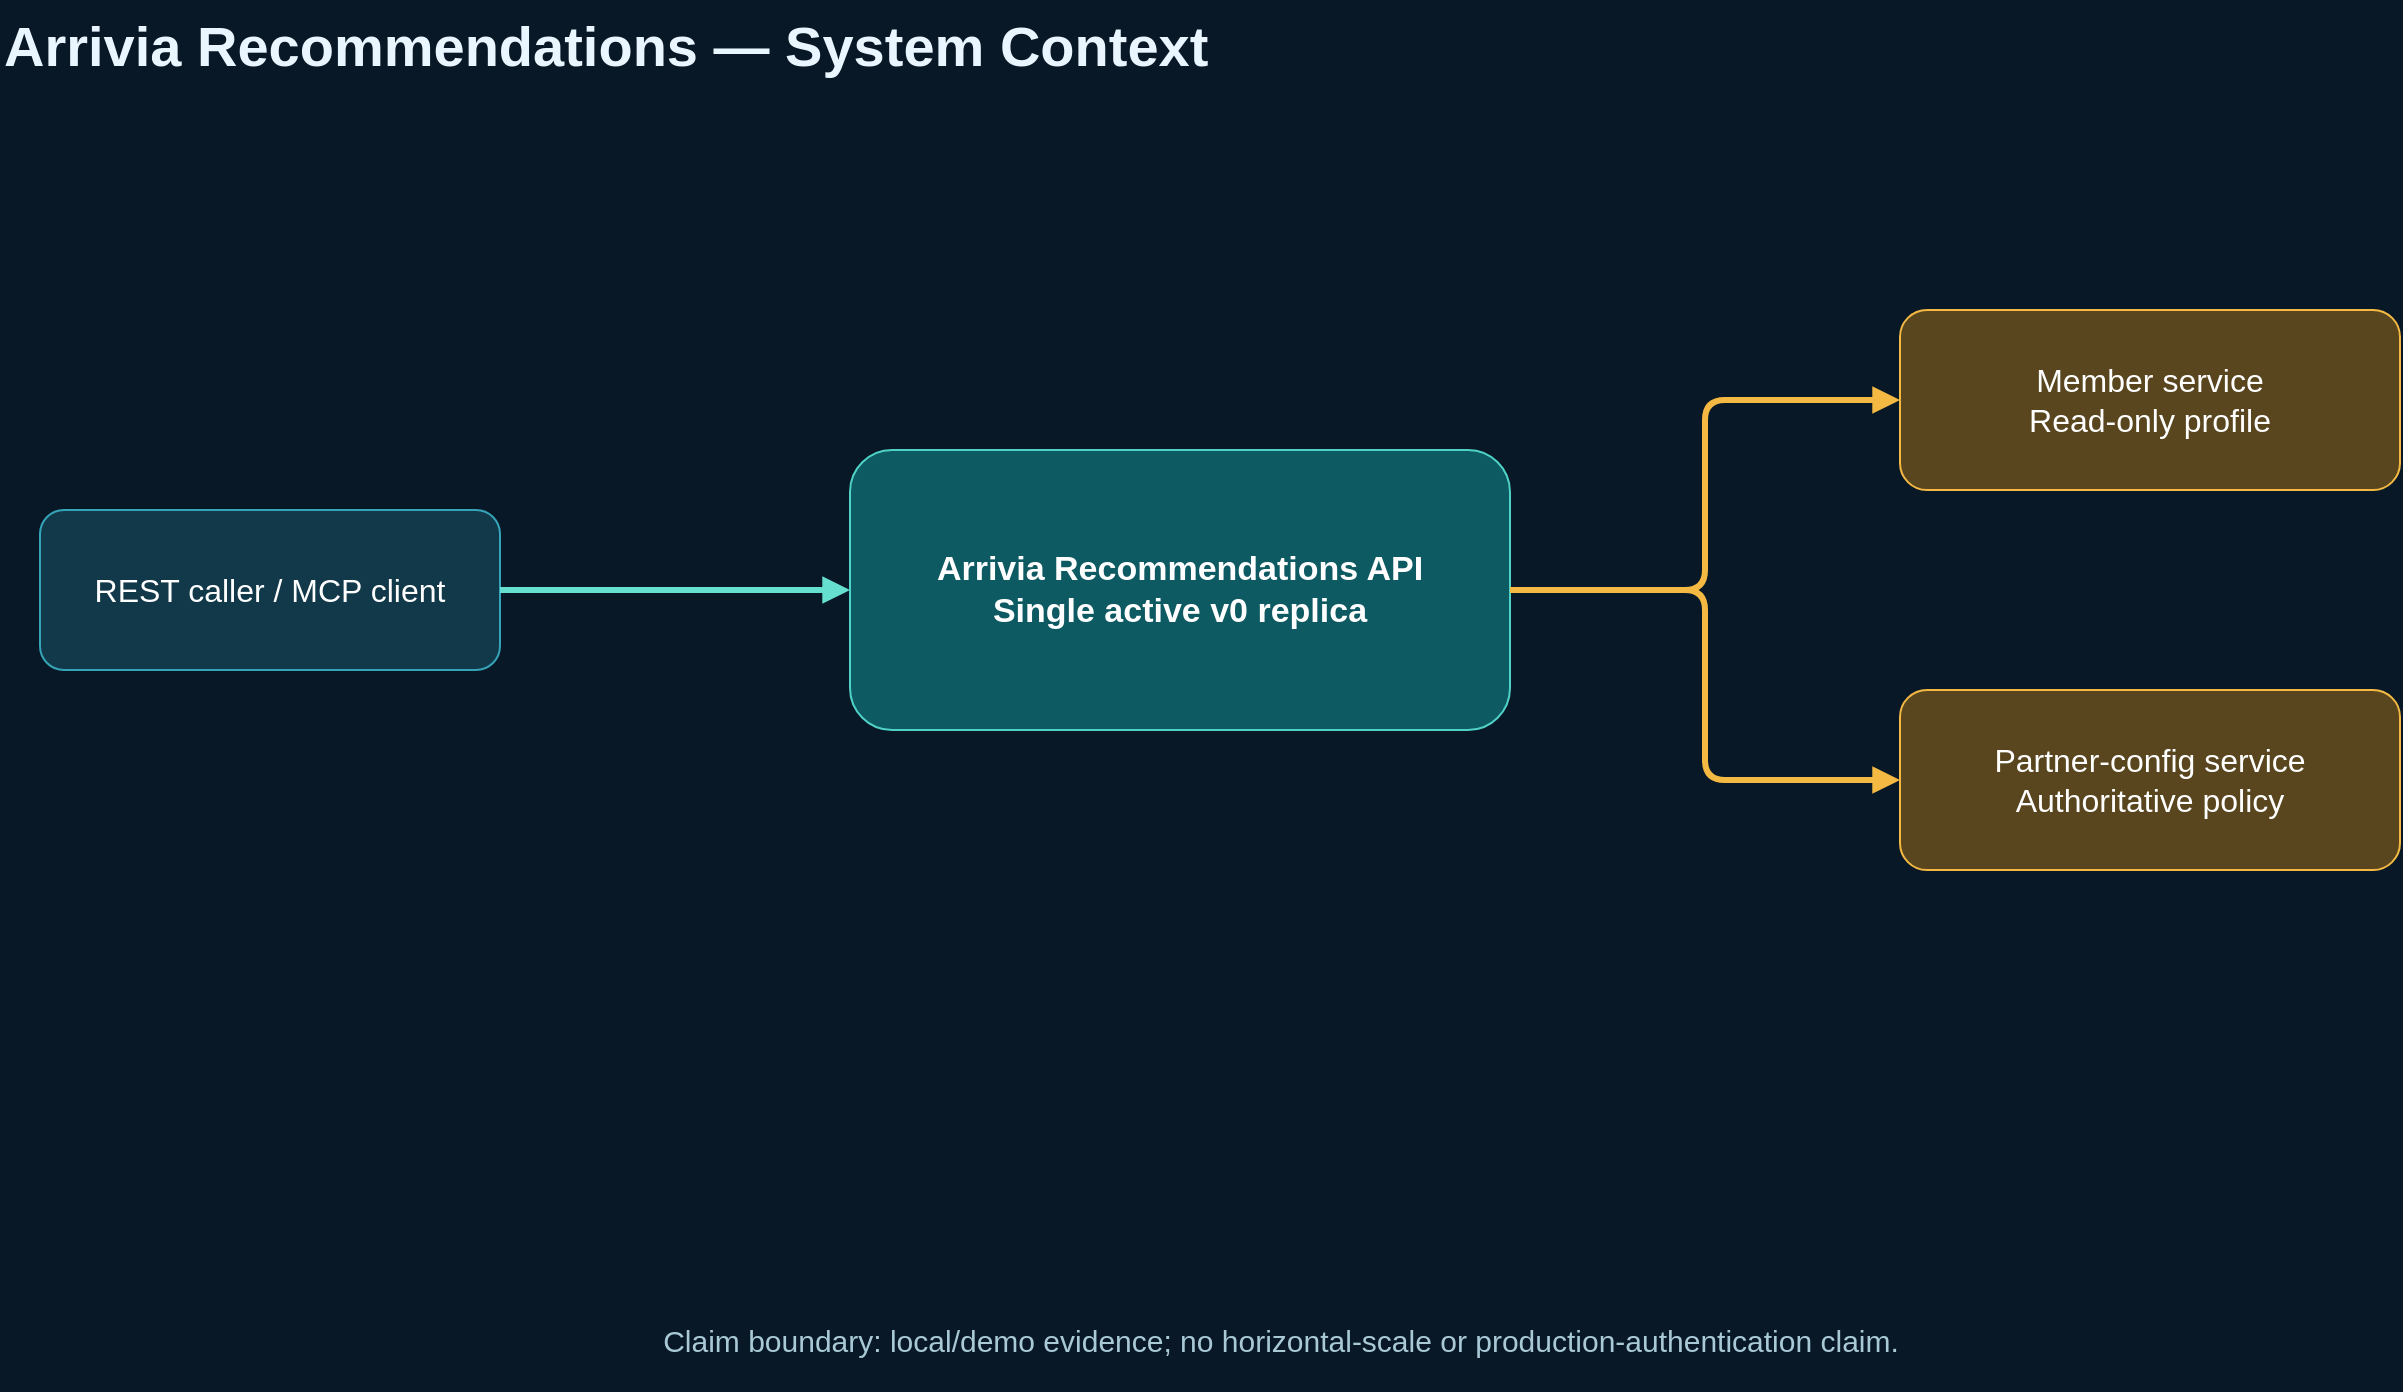
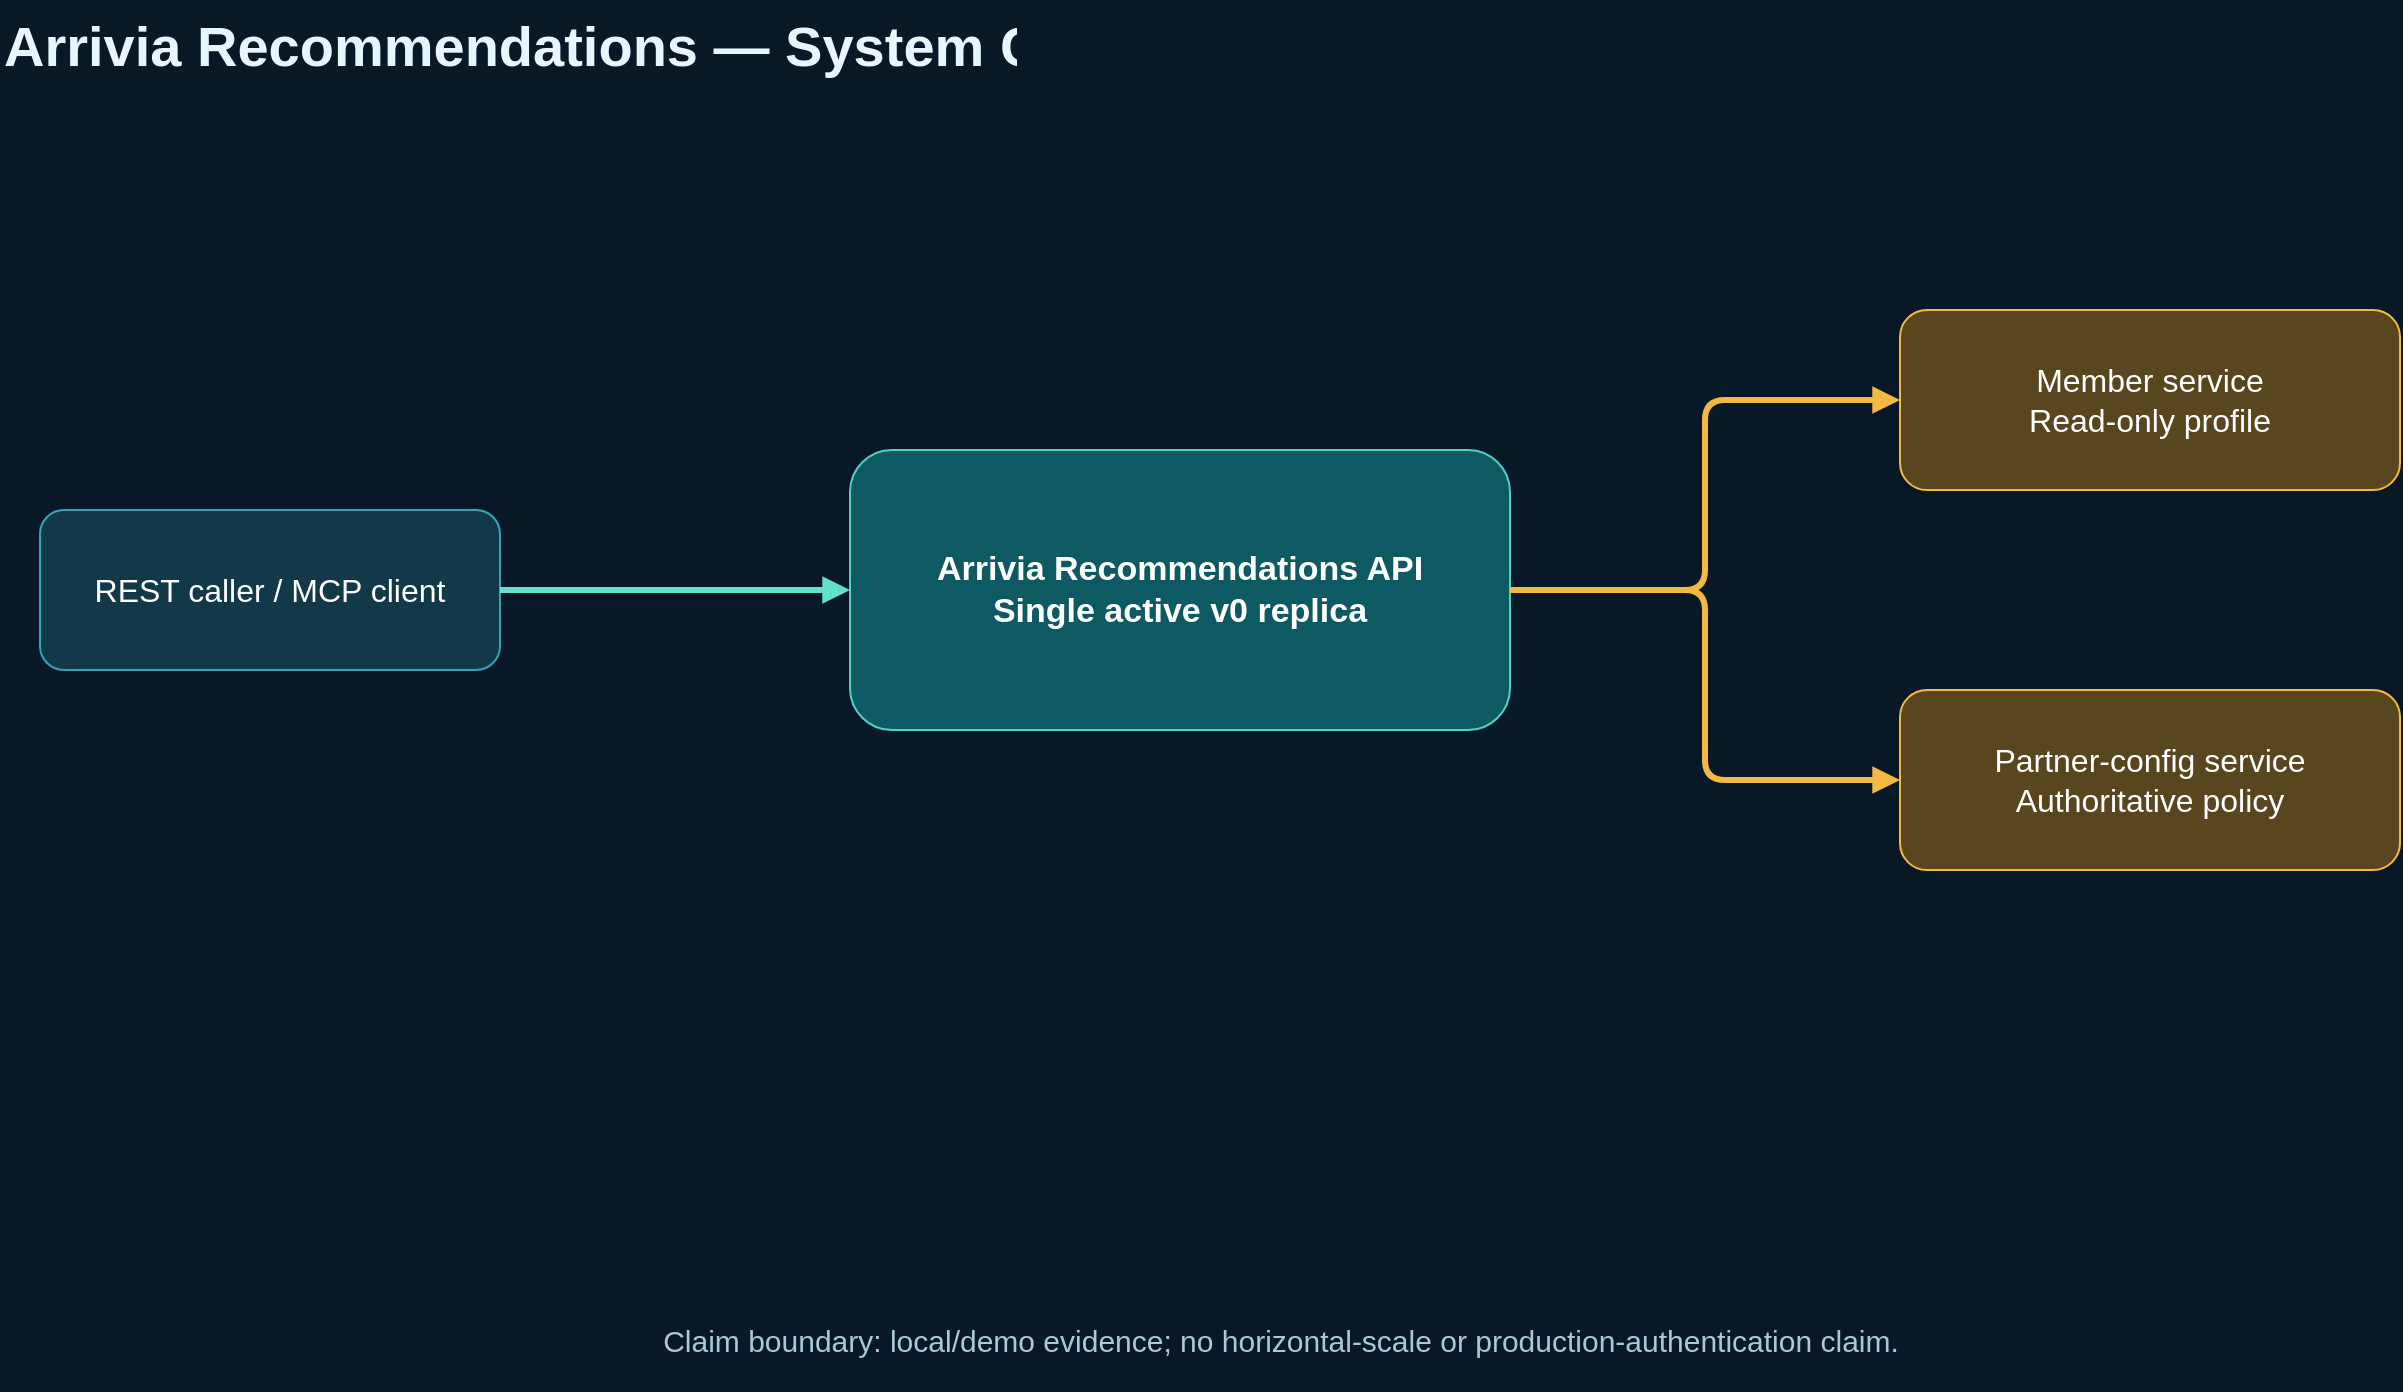
<mxfile host="app.diagrams.net" modified="2026-07-16T00:00:00.000Z" agent="Codex" version="24.7.17" type="device">
  <diagram id="context" name="1 - System Context">
    <mxGraphModel dx="1400" dy="800" grid="1" gridSize="10" page="1" pageWidth="1400" pageHeight="800" background="#081827">
      <root><mxCell id="0"/><mxCell id="1" parent="0"/>
        <mxCell id="t" value="Arrivia Recommendations — System Context" style="text;html=1;strokeColor=none;fillColor=none;fontSize=28;fontStyle=1;fontColor=#EAF6FF;" vertex="1" parent="1"><mxGeometry x="60" y="35" width="900" height="50" as="geometry"/></mxCell>
        <mxCell id="caller" value="REST caller / MCP client" style="rounded=1;whiteSpace=wrap;html=1;fillColor=#12394A;strokeColor=#36A4B8;fontColor=#FFFFFF;fontSize=16;" vertex="1" parent="1"><mxGeometry x="80" y="290" width="230" height="80" as="geometry"/></mxCell>
        <mxCell id="service" value="Arrivia Recommendations API&#xa;Single active v0 replica" style="rounded=1;whiteSpace=wrap;html=1;fillColor=#0E5A62;strokeColor=#4FD1C5;fontColor=#FFFFFF;fontSize=17;fontStyle=1;" vertex="1" parent="1"><mxGeometry x="485" y="260" width="330" height="140" as="geometry"/></mxCell>
        <mxCell id="member" value="Member service&#xa;Read-only profile" style="rounded=1;whiteSpace=wrap;html=1;fillColor=#59461E;strokeColor=#F3B943;fontColor=#FFFFFF;fontSize=16;" vertex="1" parent="1"><mxGeometry x="1010" y="190" width="250" height="90" as="geometry"/></mxCell>
        <mxCell id="partner" value="Partner-config service&#xa;Authoritative policy" style="rounded=1;whiteSpace=wrap;html=1;fillColor=#59461E;strokeColor=#F3B943;fontColor=#FFFFFF;fontSize=16;" vertex="1" parent="1"><mxGeometry x="1010" y="380" width="250" height="90" as="geometry"/></mxCell>
        <mxCell id="e1" style="edgeStyle=orthogonalEdgeStyle;html=1;strokeColor=#65E0D0;strokeWidth=3;endArrow=block;" edge="1" parent="1" source="caller" target="service"><mxGeometry relative="1" as="geometry"/></mxCell>
        <mxCell id="e2" style="edgeStyle=orthogonalEdgeStyle;html=1;strokeColor=#F3B943;strokeWidth=3;endArrow=block;" edge="1" parent="1" source="service" target="member"><mxGeometry relative="1" as="geometry"/></mxCell>
        <mxCell id="e3" style="edgeStyle=orthogonalEdgeStyle;html=1;strokeColor=#F3B943;strokeWidth=3;endArrow=block;" edge="1" parent="1" source="service" target="partner"><mxGeometry relative="1" as="geometry"/></mxCell>
        <mxCell id="f" value="Claim boundary: local/demo evidence; no horizontal-scale or production-authentication claim." style="text;html=1;strokeColor=none;fillColor=none;fontSize=15;fontColor=#A9C9D6;align=center;" vertex="1" parent="1"><mxGeometry x="250" y="690" width="900" height="40" as="geometry"/></mxCell>
      </root>
    </mxGraphModel>
  </diagram>
  <diagram id="components" name="2 - Components">
    <mxGraphModel dx="1400" dy="800" grid="1" gridSize="10" page="1" pageWidth="1400" pageHeight="800" background="#081827"><root><mxCell id="0"/><mxCell id="1" parent="0"/>
      <mxCell id="t" value="REST and MCP Converge on One Policy Engine" style="text;html=1;strokeColor=none;fillColor=none;fontSize=28;fontStyle=1;fontColor=#EAF6FF;" vertex="1" parent="1"><mxGeometry x="60" y="35" width="1000" height="50" as="geometry"/></mxCell>
      <mxCell id="rest" value="FastAPI&#xa;POST /v1/recommendations" style="rounded=1;whiteSpace=wrap;html=1;fillColor=#12394A;strokeColor=#36A4B8;fontColor=#FFFFFF;fontSize=15;" vertex="1" parent="1"><mxGeometry x="80" y="170" width="270" height="90" as="geometry"/></mxCell>
      <mxCell id="mcp" value="MCP stdio&#xa;get_travel_recommendations" style="rounded=1;whiteSpace=wrap;html=1;fillColor=#12394A;strokeColor=#36A4B8;fontColor=#FFFFFF;fontSize=15;" vertex="1" parent="1"><mxGeometry x="80" y="420" width="270" height="90" as="geometry"/></mxCell>
      <mxCell id="core" value="RecommendationService&#xa;Candidates • exclusions • caps • audit" style="rounded=1;whiteSpace=wrap;html=1;fillColor=#0E5A62;strokeColor=#4FD1C5;fontColor=#FFFFFF;fontSize=17;fontStyle=1;" vertex="1" parent="1"><mxGeometry x="500" y="270" width="360" height="150" as="geometry"/></mxCell>
      <mxCell id="up" value="Guarded upstream clients&#xa;Timeouts • circuit breakers" style="rounded=1;whiteSpace=wrap;html=1;fillColor=#59461E;strokeColor=#F3B943;fontColor=#FFFFFF;fontSize=15;" vertex="1" parent="1"><mxGeometry x="1030" y="180" width="270" height="100" as="geometry"/></mxCell>
      <mxCell id="db" value="SQLite session budget&#xa;BEGIN IMMEDIATE" style="rounded=1;whiteSpace=wrap;html=1;fillColor=#0A696D;strokeColor=#65E0D0;fontColor=#FFFFFF;fontSize=15;" vertex="1" parent="1"><mxGeometry x="1030" y="420" width="270" height="100" as="geometry"/></mxCell>
      <mxCell id="e1" style="edgeStyle=orthogonalEdgeStyle;html=1;strokeColor=#65E0D0;strokeWidth=3;endArrow=block;" edge="1" parent="1" source="rest" target="core"><mxGeometry relative="1" as="geometry"/></mxCell><mxCell id="e2" style="edgeStyle=orthogonalEdgeStyle;html=1;strokeColor=#65E0D0;strokeWidth=3;endArrow=block;" edge="1" parent="1" source="mcp" target="core"><mxGeometry relative="1" as="geometry"/></mxCell><mxCell id="e3" style="edgeStyle=orthogonalEdgeStyle;html=1;strokeColor=#F3B943;strokeWidth=3;endArrow=block;" edge="1" parent="1" source="core" target="up"><mxGeometry relative="1" as="geometry"/></mxCell><mxCell id="e4" style="edgeStyle=orthogonalEdgeStyle;html=1;strokeColor=#65E0D0;strokeWidth=3;endArrow=block;" edge="1" parent="1" source="core" target="db"><mxGeometry relative="1" as="geometry"/></mxCell>
    </root></mxGraphModel>
  </diagram>
  <diagram id="flow" name="3 - Request Flow">
    <mxGraphModel dx="1400" dy="800" grid="1" gridSize="10" page="1" pageWidth="1400" pageHeight="800" background="#081827"><root><mxCell id="0"/><mxCell id="1" parent="0"/>
      <mxCell id="t" value="Recommendation Request and Data Flow" style="text;html=1;strokeColor=none;fillColor=none;fontSize=28;fontStyle=1;fontColor=#EAF6FF;" vertex="1" parent="1"><mxGeometry x="60" y="35" width="900" height="50" as="geometry"/></mxCell>
      <mxCell id="a" value="1. Validate request" style="rounded=1;whiteSpace=wrap;html=1;fillColor=#12394A;strokeColor=#36A4B8;fontColor=#FFFFFF;fontSize=15;" vertex="1" parent="1"><mxGeometry x="70" y="280" width="180" height="80" as="geometry"/></mxCell><mxCell id="b" value="2. Read member" style="rounded=1;whiteSpace=wrap;html=1;fillColor=#59461E;strokeColor=#F3B943;fontColor=#FFFFFF;fontSize=15;" vertex="1" parent="1"><mxGeometry x="290" y="280" width="180" height="80" as="geometry"/></mxCell><mxCell id="c" value="3. Read strict policy" style="rounded=1;whiteSpace=wrap;html=1;fillColor=#59461E;strokeColor=#F3B943;fontColor=#FFFFFF;fontSize=15;" vertex="1" parent="1"><mxGeometry x="510" y="280" width="180" height="80" as="geometry"/></mxCell><mxCell id="d" value="4. Evaluate rules" style="rounded=1;whiteSpace=wrap;html=1;fillColor=#0E5A62;strokeColor=#4FD1C5;fontColor=#FFFFFF;fontSize=15;" vertex="1" parent="1"><mxGeometry x="730" y="280" width="180" height="80" as="geometry"/></mxCell><mxCell id="e" value="5. Reserve budget" style="rounded=1;whiteSpace=wrap;html=1;fillColor=#0A696D;strokeColor=#65E0D0;fontColor=#FFFFFF;fontSize=15;" vertex="1" parent="1"><mxGeometry x="950" y="280" width="180" height="80" as="geometry"/></mxCell><mxCell id="f" value="6. Return + audit" style="rounded=1;whiteSpace=wrap;html=1;fillColor=#3D354B;strokeColor=#D5A84B;fontColor=#FFFFFF;fontSize=15;" vertex="1" parent="1"><mxGeometry x="1170" y="280" width="180" height="80" as="geometry"/></mxCell>
      <mxCell id="e1" style="edgeStyle=orthogonalEdgeStyle;html=1;strokeColor=#65E0D0;strokeWidth=3;endArrow=block;" edge="1" parent="1" source="a" target="b"><mxGeometry relative="1" as="geometry"/></mxCell><mxCell id="e2" style="edgeStyle=orthogonalEdgeStyle;html=1;strokeColor=#65E0D0;strokeWidth=3;endArrow=block;" edge="1" parent="1" source="b" target="c"><mxGeometry relative="1" as="geometry"/></mxCell><mxCell id="e3" style="edgeStyle=orthogonalEdgeStyle;html=1;strokeColor=#65E0D0;strokeWidth=3;endArrow=block;" edge="1" parent="1" source="c" target="d"><mxGeometry relative="1" as="geometry"/></mxCell><mxCell id="e4" style="edgeStyle=orthogonalEdgeStyle;html=1;strokeColor=#65E0D0;strokeWidth=3;endArrow=block;" edge="1" parent="1" source="d" target="e"><mxGeometry relative="1" as="geometry"/></mxCell><mxCell id="e5" style="edgeStyle=orthogonalEdgeStyle;html=1;strokeColor=#65E0D0;strokeWidth=3;endArrow=block;" edge="1" parent="1" source="e" target="f"><mxGeometry relative="1" as="geometry"/></mxCell>
    </root></mxGraphModel>
  </diagram>
  <diagram id="trust" name="4 - Trust Boundaries">
    <mxGraphModel dx="1400" dy="800" grid="1" gridSize="10" page="1" pageWidth="1400" pageHeight="800" background="#081827"><root><mxCell id="0"/><mxCell id="1" parent="0"/>
      <mxCell id="t" value="Identity, Tenant, and Trust Boundaries" style="text;html=1;strokeColor=none;fillColor=none;fontSize=28;fontStyle=1;fontColor=#EAF6FF;" vertex="1" parent="1"><mxGeometry x="60" y="35" width="900" height="50" as="geometry"/></mxCell>
      <mxCell id="outer" value="Internal evaluation environment — production authentication deferred" style="swimlane;html=1;rounded=1;startSize=32;fillColor=#102A3A;swimlaneFillColor=#0B2030;strokeColor=#2A6F83;fontColor=#8ECFE0;fontStyle=1;fontSize=13;" vertex="1" parent="1"><mxGeometry x="70" y="120" width="1260" height="560" as="geometry"/></mxCell>
      <mxCell id="input" value="Untrusted request input&#xa;Validated by Pydantic" style="rounded=1;whiteSpace=wrap;html=1;fillColor=#59461E;strokeColor=#F3B943;fontColor=#FFFFFF;fontSize=15;" vertex="1" parent="1"><mxGeometry x="130" y="300" width="240" height="100" as="geometry"/></mxCell><mxCell id="tenant" value="Tenant boundary&#xa;partner_id resolved from member&#xa;never caller-selected" style="rounded=1;whiteSpace=wrap;html=1;fillColor=#0E5A62;strokeColor=#4FD1C5;fontColor=#FFFFFF;fontSize=15;" vertex="1" parent="1"><mxGeometry x="550" y="280" width="300" height="140" as="geometry"/></mxCell><mxCell id="logs" value="Operational metadata&#xa;hashed member/session IDs&#xa;no raw upstream bodies" style="rounded=1;whiteSpace=wrap;html=1;fillColor=#0A696D;strokeColor=#65E0D0;fontColor=#FFFFFF;fontSize=15;" vertex="1" parent="1"><mxGeometry x="1030" y="280" width="250" height="140" as="geometry"/></mxCell>
      <mxCell id="e1" style="edgeStyle=orthogonalEdgeStyle;html=1;strokeColor=#65E0D0;strokeWidth=3;endArrow=block;" edge="1" parent="1" source="input" target="tenant"><mxGeometry relative="1" as="geometry"/></mxCell><mxCell id="e2" style="edgeStyle=orthogonalEdgeStyle;html=1;strokeColor=#65E0D0;strokeWidth=3;endArrow=block;" edge="1" parent="1" source="tenant" target="logs"><mxGeometry relative="1" as="geometry"/></mxCell>
    </root></mxGraphModel>
  </diagram>
-   <diagram id="delivery" name="5 - Delivery">
+   <diagram id="delivery" name="5 - Delivery and Orchestration">
    <mxGraphModel dx="1400" dy="800" grid="1" gridSize="10" page="1" pageWidth="1400" pageHeight="800" background="#081827"><root><mxCell id="0"/><mxCell id="1" parent="0"/>
-       <mxCell id="t" value="Source-to-Container Delivery and Evidence" style="text;html=1;strokeColor=none;fillColor=none;fontSize=28;fontStyle=1;fontColor=#EAF6FF;" vertex="1" parent="1"><mxGeometry x="60" y="35" width="900" height="50" as="geometry"/></mxCell>
-       <mxCell id="a" value="Source SHA + lock" style="rounded=1;whiteSpace=wrap;html=1;fillColor=#12394A;strokeColor=#36A4B8;fontColor=#FFFFFF;fontSize=15;" vertex="1" parent="1"><mxGeometry x="90" y="290" width="190" height="90" as="geometry"/></mxCell><mxCell id="b" value="Tests + audit + SBOM" style="rounded=1;whiteSpace=wrap;html=1;fillColor=#12394A;strokeColor=#36A4B8;fontColor=#FFFFFF;fontSize=15;" vertex="1" parent="1"><mxGeometry x="350" y="290" width="210" height="90" as="geometry"/></mxCell><mxCell id="c" value="Immutable image digest" style="rounded=1;whiteSpace=wrap;html=1;fillColor=#0E5A62;strokeColor=#4FD1C5;fontColor=#FFFFFF;fontSize=15;" vertex="1" parent="1"><mxGeometry x="630" y="290" width="210" height="90" as="geometry"/></mxCell><mxCell id="d" value="Single active replica" style="rounded=1;whiteSpace=wrap;html=1;fillColor=#0A696D;strokeColor=#65E0D0;fontColor=#FFFFFF;fontSize=15;" vertex="1" parent="1"><mxGeometry x="910" y="290" width="200" height="90" as="geometry"/></mxCell><mxCell id="e" value="Candidate-bound evidence" style="rounded=1;whiteSpace=wrap;html=1;fillColor=#3D354B;strokeColor=#D5A84B;fontColor=#FFFFFF;fontSize=15;" vertex="1" parent="1"><mxGeometry x="1180" y="290" width="190" height="90" as="geometry"/></mxCell>
-       <mxCell id="e1" style="edgeStyle=orthogonalEdgeStyle;html=1;strokeColor=#65E0D0;strokeWidth=3;endArrow=block;" edge="1" parent="1" source="a" target="b"><mxGeometry relative="1" as="geometry"/></mxCell><mxCell id="e2" style="edgeStyle=orthogonalEdgeStyle;html=1;strokeColor=#65E0D0;strokeWidth=3;endArrow=block;" edge="1" parent="1" source="b" target="c"><mxGeometry relative="1" as="geometry"/></mxCell><mxCell id="e3" style="edgeStyle=orthogonalEdgeStyle;html=1;strokeColor=#65E0D0;strokeWidth=3;endArrow=block;" edge="1" parent="1" source="c" target="d"><mxGeometry relative="1" as="geometry"/></mxCell><mxCell id="e4" style="edgeStyle=orthogonalEdgeStyle;html=1;strokeColor=#65E0D0;strokeWidth=3;endArrow=block;" edge="1" parent="1" source="d" target="e"><mxGeometry relative="1" as="geometry"/></mxCell>
+       <mxCell id="t" value="Source-to-Container Delivery, Orchestration, and Evidence" style="text;html=1;strokeColor=none;fillColor=none;fontSize=28;fontStyle=1;fontColor=#EAF6FF;" vertex="1" parent="1"><mxGeometry x="60" y="35" width="1100" height="50" as="geometry"/></mxCell>
+       <mxCell id="a" value="Frozen source SHA&#xa;+ dependency locks" style="rounded=1;whiteSpace=wrap;html=1;fillColor=#12394A;strokeColor=#36A4B8;fontColor=#FFFFFF;fontSize=14;" vertex="1" parent="1"><mxGeometry x="45" y="280" width="180" height="100" as="geometry"/></mxCell><mxCell id="b" value="Read-only council&#xa;conflict discovery" style="rounded=1;whiteSpace=wrap;html=1;fillColor=#59461E;strokeColor=#F3B943;fontColor=#FFFFFF;fontSize=14;" vertex="1" parent="1"><mxGeometry x="270" y="280" width="180" height="100" as="geometry"/></mxCell><mxCell id="c" value="Lead-only writer&#xa;serialized resolution" style="rounded=1;whiteSpace=wrap;html=1;fillColor=#0E5A62;strokeColor=#4FD1C5;fontColor=#FFFFFF;fontSize=14;fontStyle=1;" vertex="1" parent="1"><mxGeometry x="495" y="280" width="180" height="100" as="geometry"/></mxCell><mxCell id="d" value="Tests + audit + SBOM&#xa;offline bootstrap proof" style="rounded=1;whiteSpace=wrap;html=1;fillColor=#12394A;strokeColor=#36A4B8;fontColor=#FFFFFF;fontSize=14;" vertex="1" parent="1"><mxGeometry x="720" y="280" width="180" height="100" as="geometry"/></mxCell><mxCell id="e" value="Immutable image digest&#xa;single active replica" style="rounded=1;whiteSpace=wrap;html=1;fillColor=#0A696D;strokeColor=#65E0D0;fontColor=#FFFFFF;fontSize=14;" vertex="1" parent="1"><mxGeometry x="945" y="280" width="180" height="100" as="geometry"/></mxCell><mxCell id="f" value="Merge commit +&#xa;candidate-bound evidence" style="rounded=1;whiteSpace=wrap;html=1;fillColor=#3D354B;strokeColor=#D5A84B;fontColor=#FFFFFF;fontSize=14;" vertex="1" parent="1"><mxGeometry x="1170" y="280" width="180" height="100" as="geometry"/></mxCell>
+       <mxCell id="note" value="Council findings are advisory. The lead owns every write; subagents cannot self-certify D5/E6. PR #2 preserved the reviewed runtime and image identity." style="text;html=1;strokeColor=none;fillColor=none;fontSize=15;fontColor=#A9C9D6;align=center;" vertex="1" parent="1"><mxGeometry x="180" y="500" width="1040" height="60" as="geometry"/></mxCell>
+       <mxCell id="e1" style="edgeStyle=orthogonalEdgeStyle;html=1;strokeColor=#65E0D0;strokeWidth=3;endArrow=block;" edge="1" parent="1" source="a" target="b"><mxGeometry relative="1" as="geometry"/></mxCell><mxCell id="e2" style="edgeStyle=orthogonalEdgeStyle;html=1;strokeColor=#65E0D0;strokeWidth=3;endArrow=block;" edge="1" parent="1" source="b" target="c"><mxGeometry relative="1" as="geometry"/></mxCell><mxCell id="e3" style="edgeStyle=orthogonalEdgeStyle;html=1;strokeColor=#65E0D0;strokeWidth=3;endArrow=block;" edge="1" parent="1" source="c" target="d"><mxGeometry relative="1" as="geometry"/></mxCell><mxCell id="e4" style="edgeStyle=orthogonalEdgeStyle;html=1;strokeColor=#65E0D0;strokeWidth=3;endArrow=block;" edge="1" parent="1" source="d" target="e"><mxGeometry relative="1" as="geometry"/></mxCell><mxCell id="e5" style="edgeStyle=orthogonalEdgeStyle;html=1;strokeColor=#65E0D0;strokeWidth=3;endArrow=block;" edge="1" parent="1" source="e" target="f"><mxGeometry relative="1" as="geometry"/></mxCell>
    </root></mxGraphModel>
  </diagram>
  <diagram id="recovery" name="6 - Failure and Recovery">
    <mxGraphModel dx="1400" dy="800" grid="1" gridSize="10" page="1" pageWidth="1400" pageHeight="800" background="#081827"><root><mxCell id="0"/><mxCell id="1" parent="0"/>
      <mxCell id="t" value="Dependency Failure, Circuit Opening, and Rollback" style="text;html=1;strokeColor=none;fillColor=none;fontSize=28;fontStyle=1;fontColor=#EAF6FF;" vertex="1" parent="1"><mxGeometry x="60" y="35" width="1000" height="50" as="geometry"/></mxCell>
      <mxCell id="a" value="Timeout / 429 / 5xx / invalid payload" style="rounded=1;whiteSpace=wrap;html=1;fillColor=#59461E;strokeColor=#F3B943;fontColor=#FFFFFF;fontSize=15;" vertex="1" parent="1"><mxGeometry x="80" y="270" width="240" height="100" as="geometry"/></mxCell><mxCell id="b" value="3 consecutive failures&#xa;Circuit OPEN" style="rounded=1;whiteSpace=wrap;html=1;fillColor=#7A302E;strokeColor=#FF7B72;fontColor=#FFFFFF;fontSize=16;fontStyle=1;" vertex="1" parent="1"><mxGeometry x="390" y="270" width="220" height="100" as="geometry"/></mxCell><mxCell id="c" value="Fail fast 502&#xa;No invented policy" style="rounded=1;whiteSpace=wrap;html=1;fillColor=#59461E;strokeColor=#F3B943;fontColor=#FFFFFF;fontSize=15;" vertex="1" parent="1"><mxGeometry x="680" y="270" width="220" height="100" as="geometry"/></mxCell><mxCell id="d" value="30s then one half-open probe" style="rounded=1;whiteSpace=wrap;html=1;fillColor=#0A696D;strokeColor=#65E0D0;fontColor=#FFFFFF;fontSize=15;" vertex="1" parent="1"><mxGeometry x="970" y="270" width="220" height="100" as="geometry"/></mxCell><mxCell id="e" value="Success closes circuit&#xa;Failure reopens" style="rounded=1;whiteSpace=wrap;html=1;fillColor=#0E5A62;strokeColor=#4FD1C5;fontColor=#FFFFFF;fontSize=15;" vertex="1" parent="1"><mxGeometry x="970" y="470" width="220" height="100" as="geometry"/></mxCell><mxCell id="rollback" value="Bad deployment: stop one replica → preserve .data → select prior digest → verify business behavior" style="rounded=1;whiteSpace=wrap;html=1;fillColor=#3D354B;strokeColor=#D5A84B;fontColor=#FFFFFF;fontSize=15;" vertex="1" parent="1"><mxGeometry x="270" y="520" width="560" height="100" as="geometry"/></mxCell>
      <mxCell id="e1" style="edgeStyle=orthogonalEdgeStyle;html=1;strokeColor=#F3B943;strokeWidth=3;endArrow=block;" edge="1" parent="1" source="a" target="b"><mxGeometry relative="1" as="geometry"/></mxCell><mxCell id="e2" style="edgeStyle=orthogonalEdgeStyle;html=1;strokeColor=#F3B943;strokeWidth=3;endArrow=block;" edge="1" parent="1" source="b" target="c"><mxGeometry relative="1" as="geometry"/></mxCell><mxCell id="e3" style="edgeStyle=orthogonalEdgeStyle;html=1;strokeColor=#65E0D0;strokeWidth=3;endArrow=block;" edge="1" parent="1" source="c" target="d"><mxGeometry relative="1" as="geometry"/></mxCell><mxCell id="e4" style="edgeStyle=orthogonalEdgeStyle;html=1;strokeColor=#65E0D0;strokeWidth=3;endArrow=block;" edge="1" parent="1" source="d" target="e"><mxGeometry relative="1" as="geometry"/></mxCell><mxCell id="e5" style="edgeStyle=orthogonalEdgeStyle;html=1;strokeColor=#D5A84B;strokeWidth=3;endArrow=block;" edge="1" parent="1" source="c" target="rollback"><mxGeometry relative="1" as="geometry"/></mxCell>
    </root></mxGraphModel>
  </diagram>
</mxfile>
